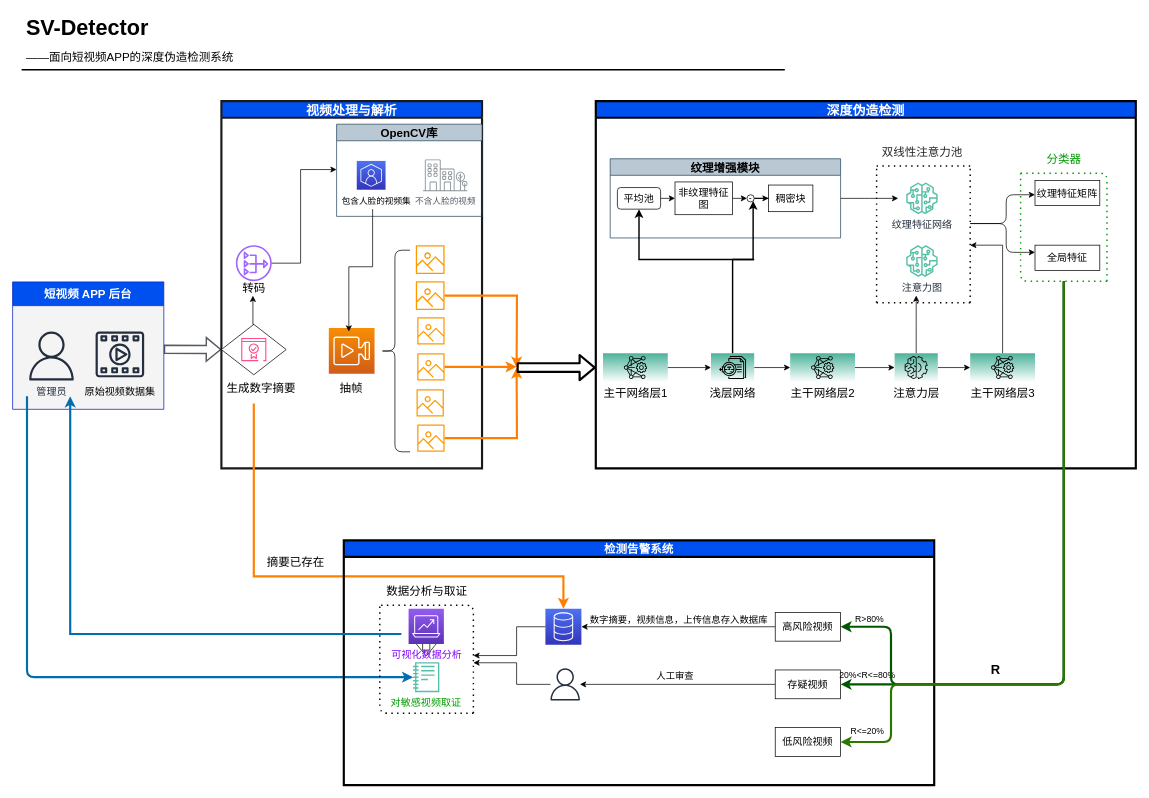
This is Untitled Diagram.drawio from epc314/hello-world, a draw.io file, before an edit. Source tidied: cells renumbered, new cells numbered last; positions are measured from the earlier drawing's top-left corner, leaving out a move shared by most shapes. Both pictures are drawn from the tidied source at 72%, with x=0, y=0 at pixel (12, 12).
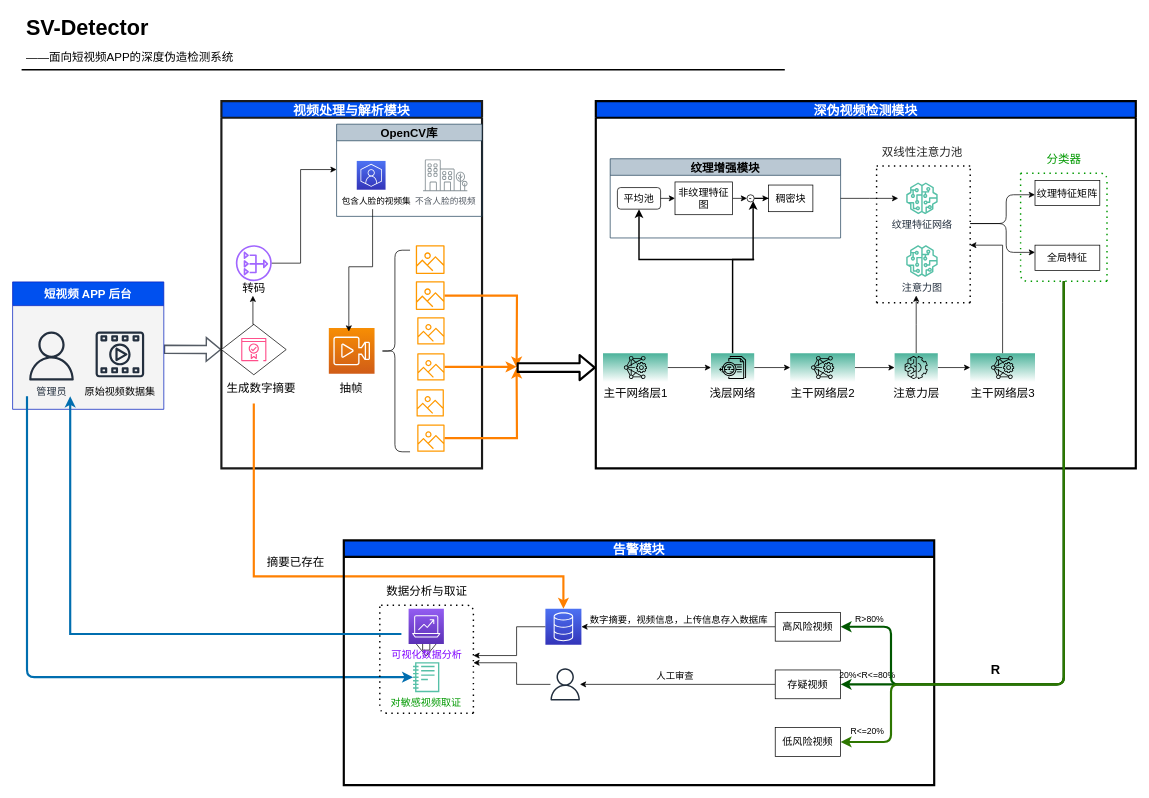
The same diagram, later.

What changed in the source:
```diff
@@
-    <mxCell id="11" value="视频处理与解析" style="swimlane;fillColor=#0050ef;strokeColor=#1A1A1A;fontColor=#FFFFFF;strokeWidth=3;fontSize=18;" parent="1" vertex="1">
+    <mxCell id="11" value="视频处理与解析模块" style="swimlane;fillColor=#0050ef;strokeColor=#1A1A1A;fontColor=#FFFFFF;strokeWidth=3;fontSize=18;" parent="1" vertex="1">
       <mxGeometry x="290" y="124" width="362" height="510" as="geometry" />
     </mxCell>
@@
-    <mxCell id="37" value="深度伪造检测" style="swimlane;fillColor=#0050EF;strokeColor=#000000;fontColor=#ffffff;strokeWidth=3;fontSize=18;" parent="1" vertex="1">
+    <mxCell id="37" value="深伪视频检测模块" style="swimlane;fillColor=#0050EF;strokeColor=#000000;fontColor=#ffffff;strokeWidth=3;fontSize=18;" parent="1" vertex="1">
       <mxGeometry x="810" y="124" width="750" height="510" as="geometry" />
     </mxCell>
@@
-    <mxCell id="75" value="检测告警系统" style="swimlane;startSize=23;fillColor=#0050EF;strokeColor=#000000;fontColor=#ffffff;fontSize=16;strokeWidth=3;" parent="1" vertex="1">
+    <mxCell id="75" value="告警模块" style="swimlane;startSize=23;fillColor=#0050EF;strokeColor=#000000;fontColor=#ffffff;fontSize=18;strokeWidth=3;" parent="1" vertex="1">
       <mxGeometry x="460" y="734" width="820" height="340" as="geometry" />
     </mxCell>
```
